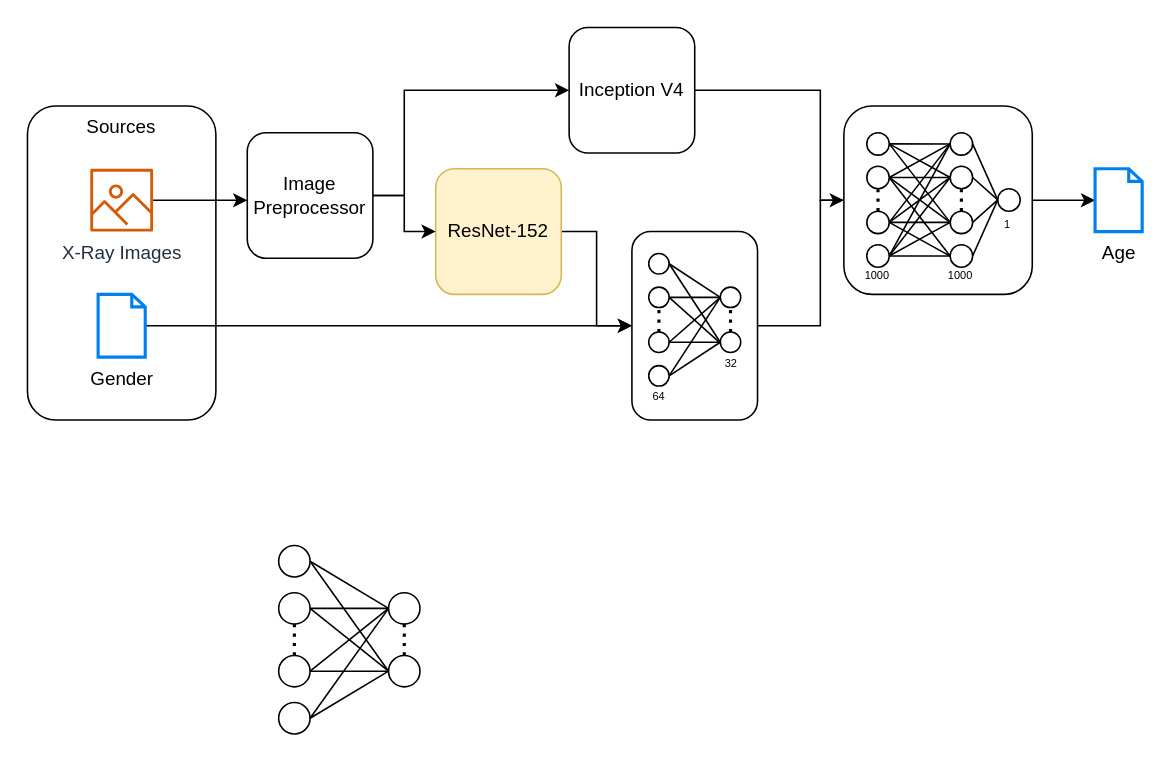
Before: report_images/processing_pipeline.drawio in ferrazzipietro/HDA-bone-age-prediction, a draw.io diagram. Source tidied: cells renumbered, new cells numbered last; positions are measured from the earlier drawing's top-left corner, leaving out a move shared by most shapes. Both pictures are drawn from the tidied source at 157%, with x=0, y=0 at pixel (27, 27).
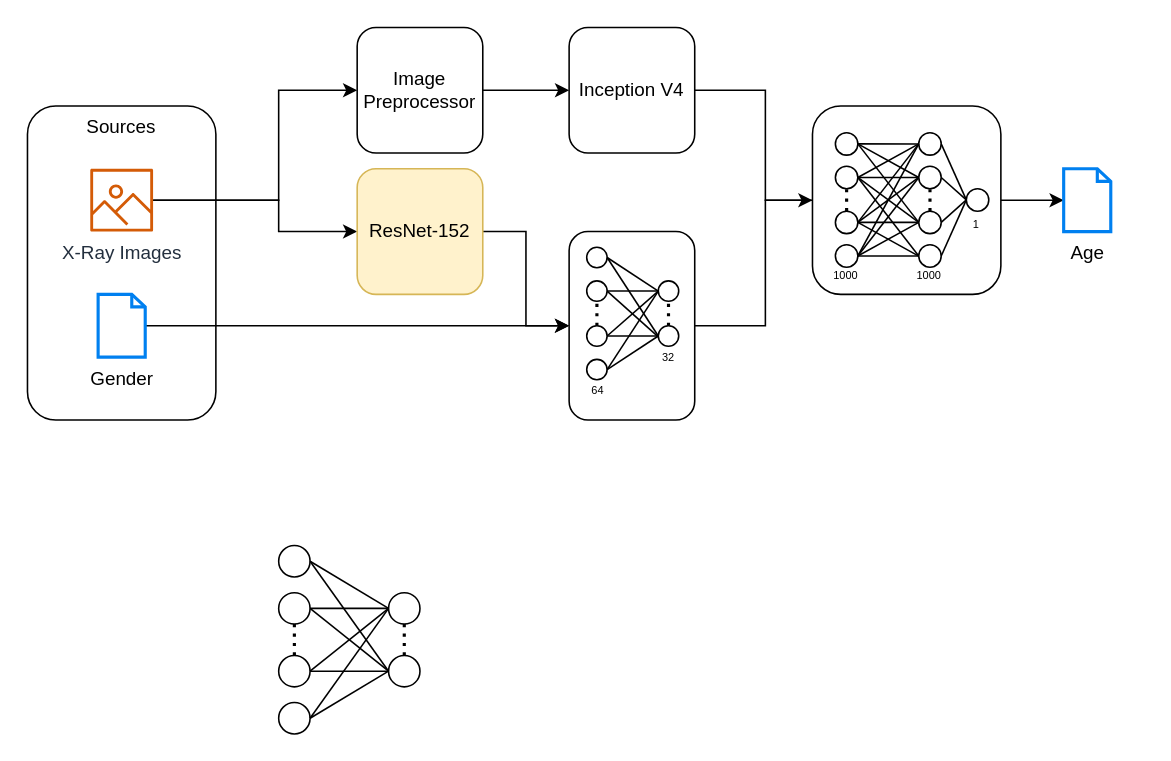
After the change.

The change refers to these unchanged cells:
```xml
<mxCell id="4" value="X-Ray Images" style="sketch=0;outlineConnect=0;fontColor=#232F3E;gradientColor=none;fillColor=#D45B07;strokeColor=none;dashed=0;verticalLabelPosition=bottom;verticalAlign=top;align=center;html=1;fontSize=12;fontStyle=0;shape=mxgraph.aws4.container_registry_image;" parent="1" vertex="1">
  <mxGeometry x="40" y="90" width="40" height="40" as="geometry" />
</mxCell>
<mxCell id="8" value="Inception V4" style="rounded=1;whiteSpace=wrap;html=1;" parent="1" vertex="1">
  <mxGeometry x="345" width="80" height="80" as="geometry" />
</mxCell>
```

Diff of the diagram source:
```diff
@@
     <mxCell id="3" style="edgeStyle=orthogonalEdgeStyle;rounded=0;jettySize=auto;html=1;" parent="1" edge="1" source="4" target="87">
       <mxGeometry relative="1" as="geometry">
         <Array as="points">
-          <mxPoint x="180" y="110" />
-          <mxPoint x="180" y="110" />
+          <mxPoint x="160" y="110" />
+          <mxPoint x="160" y="40" />
         </Array>
       </mxGeometry>
     </mxCell>
+    <mxCell id="88" style="edgeStyle=orthogonalEdgeStyle;rounded=0;jettySize=auto;html=1;entryX=0;entryY=0.5;entryDx=0;entryDy=0;" parent="1" edge="1" source="4" target="10">
+      <mxGeometry relative="1" as="geometry">
+        <Array as="points">
+          <mxPoint x="160" y="110" />
+          <mxPoint x="160" y="130" />
+        </Array>
+      </mxGeometry>
+    </mxCell>
@@
     <mxCell id="7" style="edgeStyle=none;rounded=0;jumpSize=5;jettySize=auto;html=1;entryX=0;entryY=0.5;entryDx=0;entryDy=0;strokeWidth=1;fontSize=7;endArrow=classic;endFill=1;startSize=0;endSize=6;exitX=1;exitY=0.5;exitDx=0;exitDy=0;" parent="1" edge="1" source="8" target="49">
       <mxGeometry relative="1" as="geometry">
         <Array as="points">
-          <mxPoint x="505" y="40" />
-          <mxPoint x="505" y="110" />
+          <mxPoint x="470" y="40" />
+          <mxPoint x="470" y="110" />
         </Array>
       </mxGeometry>
     </mxCell>
@@
     <mxCell id="10" value="ResNet-152" style="rounded=1;whiteSpace=wrap;html=1;fillColor=#fff2cc;strokeColor=#d6b656;" parent="1" vertex="1">
-      <mxGeometry x="260" y="90" width="80" height="80" as="geometry" />
+      <mxGeometry x="210" y="90" width="80" height="80" as="geometry" />
     </mxCell>
     <mxCell id="11" style="edgeStyle=none;rounded=0;jumpSize=5;jettySize=auto;html=1;exitX=1;exitY=0.5;exitDx=0;exitDy=0;entryX=0;entryY=0.5;entryDx=0;entryDy=0;strokeWidth=1;fontSize=7;endArrow=none;endFill=0;startSize=0;endSize=9;" parent="1" edge="1" source="12" target="49">
       <mxGeometry relative="1" as="geometry">
         <Array as="points">
-          <mxPoint x="505" y="190" />
-          <mxPoint x="505" y="110" />
+          <mxPoint x="470" y="190" />
+          <mxPoint x="470" y="110" />
         </Array>
       </mxGeometry>
     </mxCell>
     <mxCell id="12" style="rounded=1;whiteSpace=wrap;html=1;fillColor=none;" parent="1" vertex="1">
-      <mxGeometry x="385" y="130" width="80" height="120" as="geometry" />
+      <mxGeometry x="345" y="130" width="80" height="120" as="geometry" />
     </mxCell>
@@
     <mxCell id="29" style="group;" parent="1" vertex="1">
-      <mxGeometry x="392.5" y="144" width="65" height="100" as="geometry" />
+      <mxGeometry x="353" y="140" width="65" height="100" as="geometry" />
     </mxCell>
@@
     <mxCell id="49" style="rounded=1;whiteSpace=wrap;html=1;fontSize=7;fillColor=none;" parent="1" vertex="1">
-      <mxGeometry x="520" y="50" width="120" height="120" as="geometry" />
+      <mxGeometry x="500" y="50" width="120" height="120" as="geometry" />
     </mxCell>
     <mxCell id="50" style="group;" parent="1" vertex="1">
-      <mxGeometry x="527" y="67" width="110" height="100" as="geometry" />
+      <mxGeometry x="507" y="67" width="110" height="100" as="geometry" />
     </mxCell>
@@
     <mxCell id="84" value="Age" style="html=1;verticalLabelPosition=bottom;align=center;labelBackgroundColor=#ffffff;verticalAlign=top;strokeWidth=2;strokeColor=#0080F0;shadow=0;dashed=0;shape=mxgraph.ios7.icons.document;fillColor=none;" parent="1" vertex="1">
-      <mxGeometry x="680" y="90" width="30" height="40" as="geometry" />
+      <mxGeometry x="660" y="90" width="30" height="40" as="geometry" />
     </mxCell>
-    <mxCell id="85" style="edgeStyle=orthogonalEdgeStyle;rounded=0;jettySize=auto;html=1;" parent="1" edge="1" source="87" target="8">
-      <mxGeometry relative="1" as="geometry">
-        <Array as="points">
-          <mxPoint x="240" y="107" />
-          <mxPoint x="240" y="40" />
-        </Array>
-      </mxGeometry>
+    <mxCell id="85" style="edgeStyle=orthogonalEdgeStyle;rounded=0;jettySize=auto;html=1;entryX=0;entryY=0.5;entryDx=0;entryDy=0;" parent="1" edge="1" source="87" target="8">
+      <mxGeometry relative="1" as="geometry" />
     </mxCell>
-    <mxCell id="86" style="edgeStyle=orthogonalEdgeStyle;rounded=0;jettySize=auto;html=1;exitX=1;exitY=0.5;exitDx=0;exitDy=0;entryX=0;entryY=0.5;entryDx=0;entryDy=0;" parent="1" edge="1" source="87" target="10">
-      <mxGeometry relative="1" as="geometry" />
-    </mxCell>
     <mxCell id="87" value="Image Preprocessor" style="rounded=1;whiteSpace=wrap;html=1;" parent="1" vertex="1">
-      <mxGeometry x="140" y="67" width="80" height="80" as="geometry" />
+      <mxGeometry x="210" width="80" height="80" as="geometry" />
     </mxCell>
```
